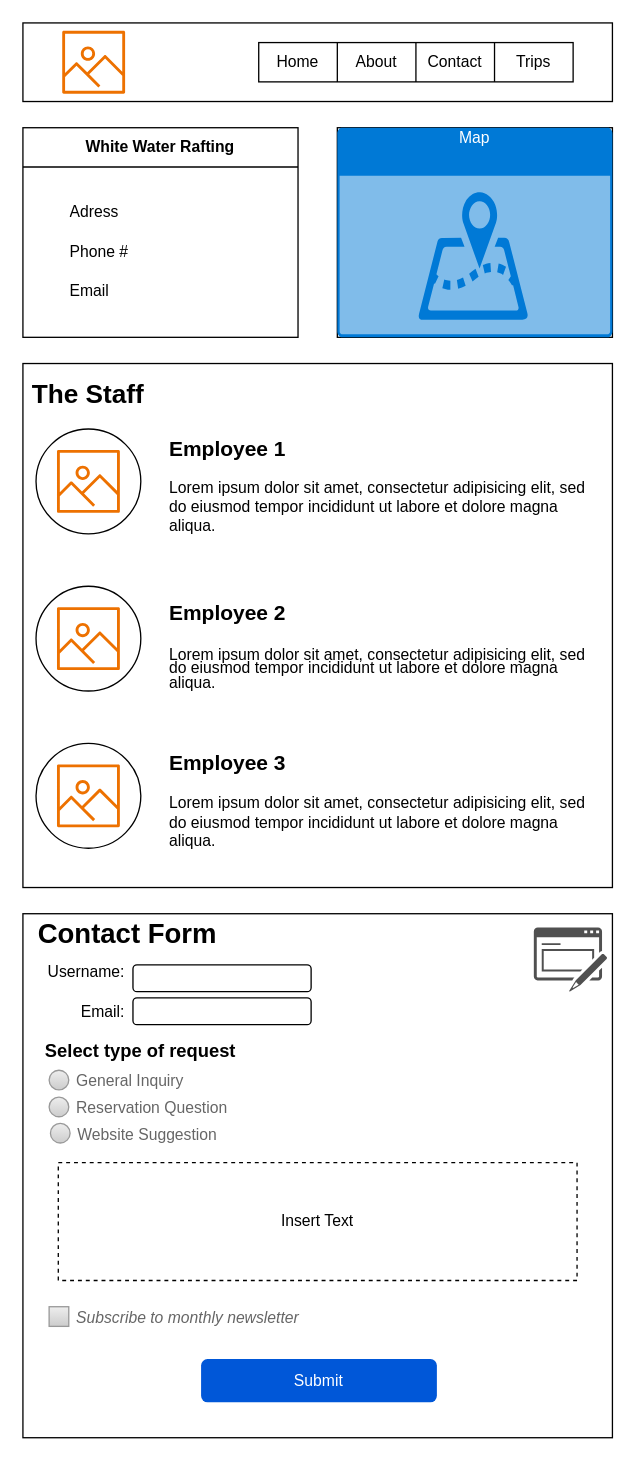
Earlier version of the draw.io diagram wwr/wwr-contact-wireframe.drawio (jsearle1/wdd130). Source tidied: cells renumbered, new cells numbered last; positions are measured from the earlier drawing's top-left corner, leaving out a move shared by most shapes. Both pictures are drawn from the tidied source at 131%, with x=0, y=0 at pixel (22, 22).
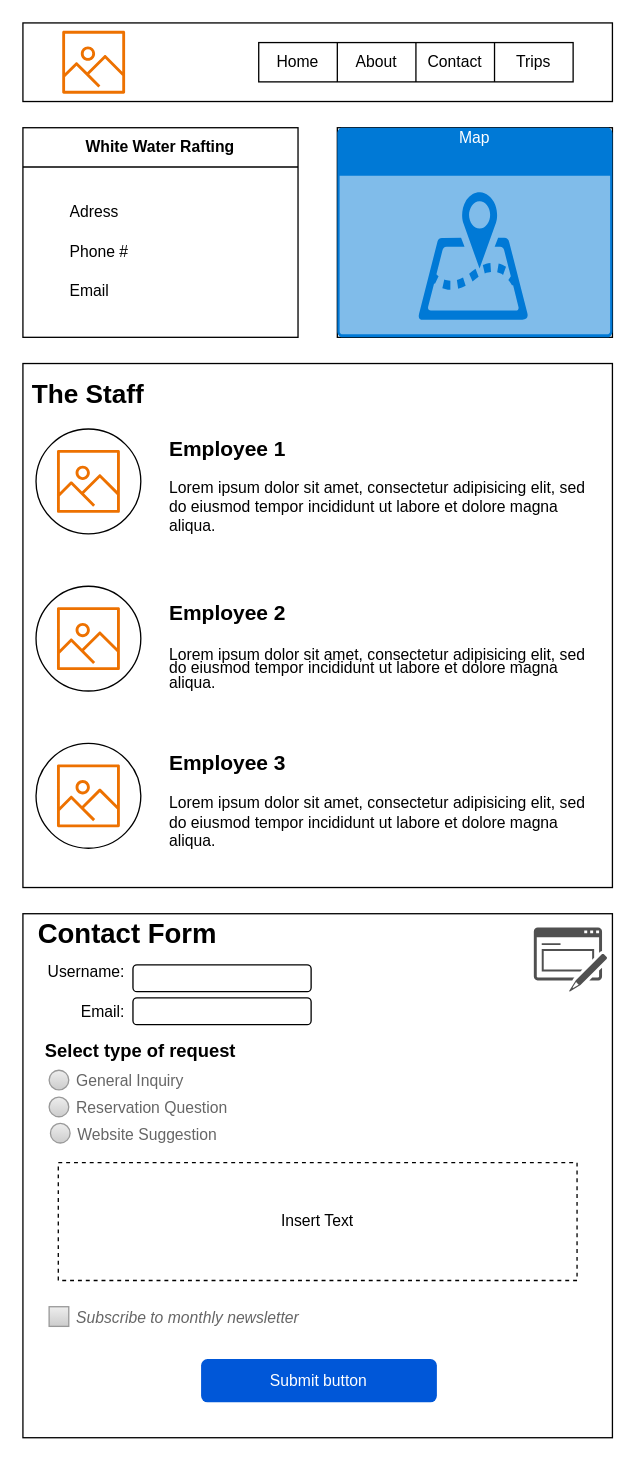
After the change.

Commit message (it also covers changes not shown here):
W05 Contact Us Page 2.1

Change to the diagram source:
```diff
@@
-    <mxCell id="43" value="Submit" style="rounded=1;fillColor=#0057D8;align=center;strokeColor=none;html=1;whiteSpace=wrap;fontColor=#ffffff;fontSize=12;sketch=0;" parent="1" vertex="1">
+    <mxCell id="43" value="Submit button" style="rounded=1;fillColor=#0057D8;align=center;strokeColor=none;html=1;whiteSpace=wrap;fontColor=#ffffff;fontSize=12;sketch=0;" parent="1" vertex="1">
       <mxGeometry x="136" y="1020" width="180" height="33" as="geometry" />
     </mxCell>
```
